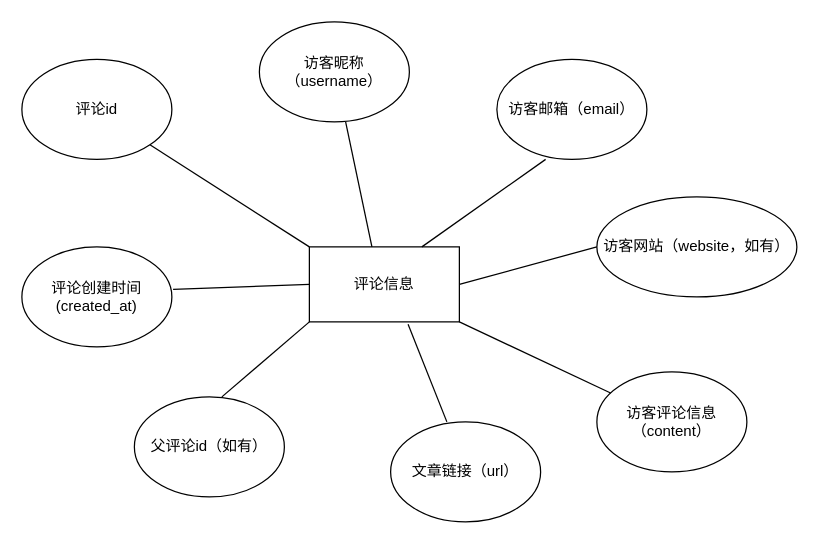
This is diagrams/评论信息E-R图.drawio from real-jiakai/draw, a draw.io file, before an edit. Source tidied: cells renumbered, new cells numbered last; positions are measured from the earlier drawing's top-left corner, leaving out a move shared by most shapes. Both pictures are drawn from the tidied source at 125%, with x=0, y=0 at pixel (21, 21).
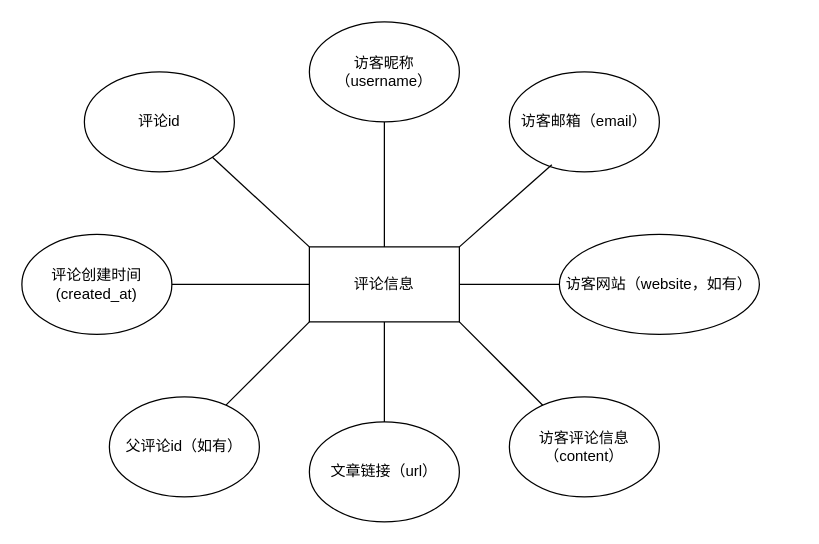
The same page after the edit.

Commit message:
Update 评论信息E-R图.drawio

The change refers to these unchanged cells:
```xml
<mxCell id="2" value="评论信息" style="rounded=0;whiteSpace=wrap;html=1;" parent="1" vertex="1">
  <mxGeometry x="230" y="180" width="120" height="60" as="geometry" />
</mxCell>
```

The edit, as a diff of the source:
```diff
@@
     <mxCell id="3" value="评论id" style="ellipse;whiteSpace=wrap;html=1;" parent="1" vertex="1">
-      <mxGeometry y="30" width="120" height="80" as="geometry" />
+      <mxGeometry x="50" y="40" width="120" height="80" as="geometry" />
     </mxCell>
     <mxCell id="4" value="访客昵称（username）" style="ellipse;whiteSpace=wrap;html=1;" parent="1" vertex="1">
-      <mxGeometry x="190" width="120" height="80" as="geometry" />
+      <mxGeometry x="230" width="120" height="80" as="geometry" />
     </mxCell>
     <mxCell id="5" value="访客邮箱（email）" style="ellipse;whiteSpace=wrap;html=1;" parent="1" vertex="1">
-      <mxGeometry x="380" y="30" width="120" height="80" as="geometry" />
+      <mxGeometry x="390" y="40" width="120" height="80" as="geometry" />
     </mxCell>
     <mxCell id="6" value="访客网站（website，如有）" style="ellipse;whiteSpace=wrap;html=1;" parent="1" vertex="1">
-      <mxGeometry x="460" y="140" width="160" height="80" as="geometry" />
+      <mxGeometry x="430" y="170" width="160" height="80" as="geometry" />
     </mxCell>
     <mxCell id="7" value="访客评论信息（content）" style="ellipse;whiteSpace=wrap;html=1;" parent="1" vertex="1">
-      <mxGeometry x="460" y="280" width="120" height="80" as="geometry" />
+      <mxGeometry x="390" y="300" width="120" height="80" as="geometry" />
     </mxCell>
     <mxCell id="8" value="文章链接（url）" style="ellipse;whiteSpace=wrap;html=1;" parent="1" vertex="1">
-      <mxGeometry x="295" y="320" width="120" height="80" as="geometry" />
+      <mxGeometry x="230" y="320" width="120" height="80" as="geometry" />
     </mxCell>
     <mxCell id="9" value="评论创建时间(created_at)" style="ellipse;whiteSpace=wrap;html=1;" parent="1" vertex="1">
-      <mxGeometry y="180" width="120" height="80" as="geometry" />
+      <mxGeometry y="170" width="120" height="80" as="geometry" />
     </mxCell>
     <mxCell id="10" value="父评论id（如有）" style="ellipse;whiteSpace=wrap;html=1;" parent="1" vertex="1">
-      <mxGeometry x="90" y="300" width="120" height="80" as="geometry" />
+      <mxGeometry x="70" y="300" width="120" height="80" as="geometry" />
     </mxCell>
@@
-    <mxCell id="13" style="endArrow=none;html=1;rounded=0;entryX=0.575;entryY=1;entryDx=0;entryDy=0;entryPerimeter=0;exitX=0.417;exitY=0;exitDx=0;exitDy=0;exitPerimeter=0;" parent="1" edge="1" source="2" target="4">
+    <mxCell id="13" style="endArrow=none;html=1;rounded=0;exitX=0.5;exitY=0;exitDx=0;exitDy=0;entryX=0.5;entryY=1;entryDx=0;entryDy=0;" parent="1" edge="1" source="2" target="4">
       <mxGeometry relative="1" as="geometry" />
     </mxCell>
-    <mxCell id="14" style="endArrow=none;html=1;rounded=0;entryX=0.325;entryY=1;entryDx=0;entryDy=0;entryPerimeter=0;" parent="1" edge="1" target="5">
-      <mxGeometry relative="1" as="geometry">
-        <mxPoint x="320" y="180" as="sourcePoint" />
-      </mxGeometry>
+    <mxCell id="14" style="endArrow=none;html=1;rounded=0;entryX=0.283;entryY=0.929;entryDx=0;entryDy=0;entryPerimeter=0;exitX=1;exitY=0;exitDx=0;exitDy=0;" parent="1" edge="1" source="2" target="5">
+      <mxGeometry relative="1" as="geometry" />
     </mxCell>
@@
-    <mxCell id="16" style="endArrow=none;html=1;rounded=0;entryX=0;entryY=1;entryDx=0;entryDy=0;" parent="1" edge="1" target="2">
-      <mxGeometry relative="1" as="geometry">
-        <mxPoint x="160" y="300" as="sourcePoint" />
-      </mxGeometry>
+    <mxCell id="16" style="endArrow=none;html=1;rounded=0;entryX=0;entryY=1;entryDx=0;entryDy=0;exitX=0.777;exitY=0.082;exitDx=0;exitDy=0;exitPerimeter=0;" parent="1" edge="1" source="10" target="2">
+      <mxGeometry relative="1" as="geometry" />
     </mxCell>
-    <mxCell id="17" style="endArrow=none;html=1;rounded=0;entryX=0.658;entryY=1.033;entryDx=0;entryDy=0;entryPerimeter=0;" parent="1" edge="1" target="2">
-      <mxGeometry relative="1" as="geometry">
-        <mxPoint x="340" y="320" as="sourcePoint" />
-      </mxGeometry>
+    <mxCell id="17" style="endArrow=none;html=1;rounded=0;entryX=0.5;entryY=1;entryDx=0;entryDy=0;exitX=0.5;exitY=0;exitDx=0;exitDy=0;" parent="1" edge="1" source="8" target="2">
+      <mxGeometry relative="1" as="geometry" />
     </mxCell>
-    <mxCell id="18" style="endArrow=none;html=1;rounded=0;exitX=1.008;exitY=0.425;exitDx=0;exitDy=0;exitPerimeter=0;entryX=0;entryY=0.5;entryDx=0;entryDy=0;" parent="1" edge="1" source="9" target="2">
+    <mxCell id="18" style="endArrow=none;html=1;rounded=0;exitX=1;exitY=0.5;exitDx=0;exitDy=0;entryX=0;entryY=0.5;entryDx=0;entryDy=0;" parent="1" edge="1" source="9" target="2">
       <mxGeometry relative="1" as="geometry" />
     </mxCell>
```
